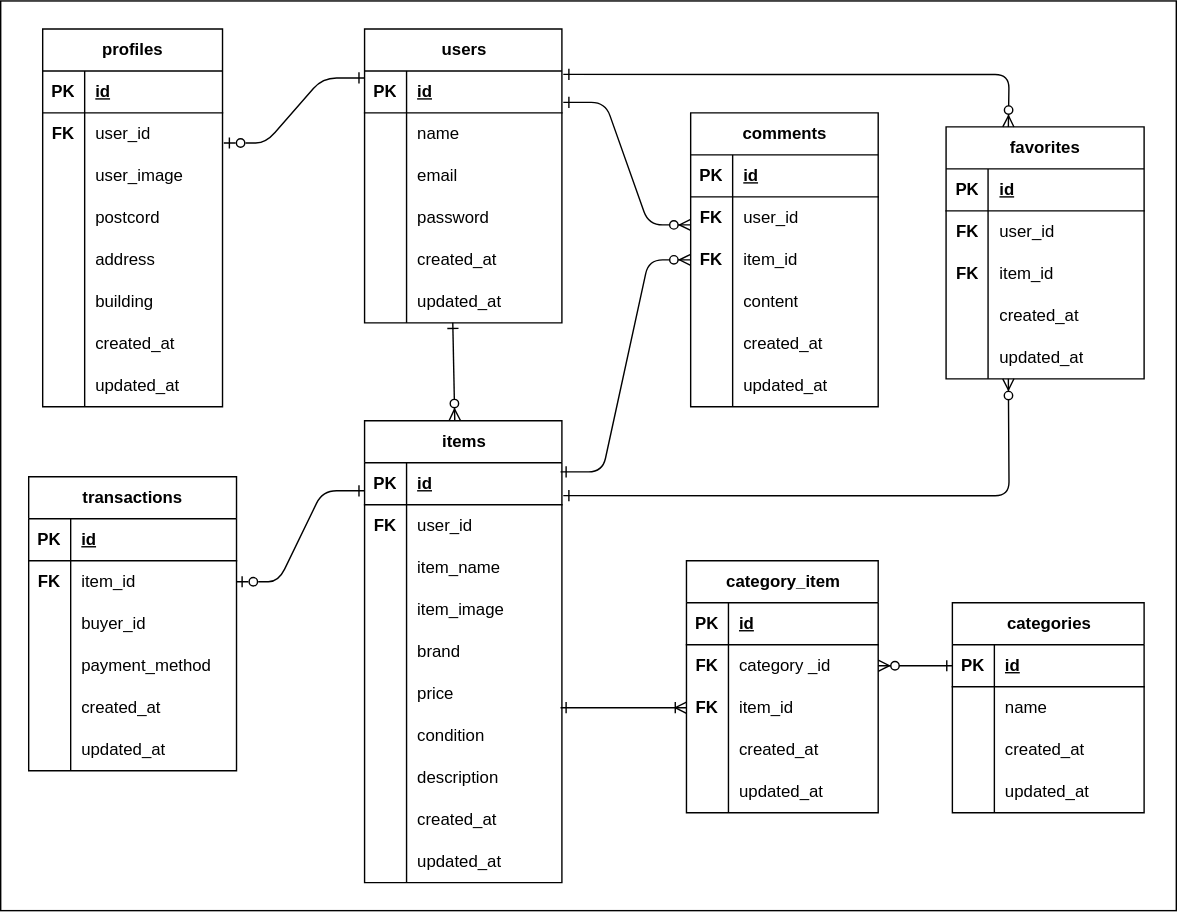
Before: ER.drawio.svg, a diagram exported from draw.io (mutoryoko/FleaMarket). Source tidied: cells renumbered, new cells last; positions are measured from the earlier drawing's top-left corner, leaving out a move shared by most shapes.
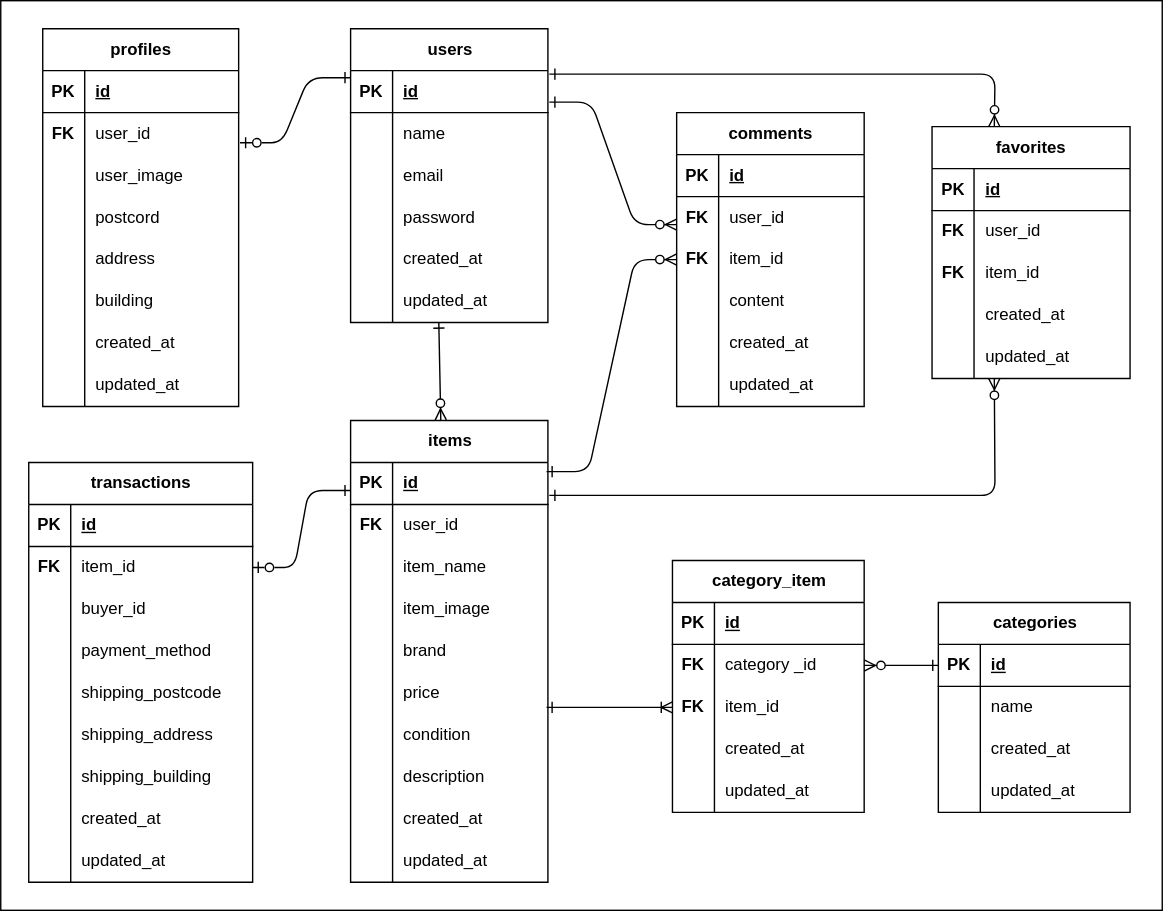
Above is the later version.

What changed in the source:
```diff
@@ -3,7 +3,7 @@
     <mxCell id="0" />
     <mxCell id="1" parent="0" />
     <mxCell id="2" style="rounded=0;whiteSpace=wrap;html=1;" parent="1" vertex="1">
-      <mxGeometry width="840" height="650" as="geometry" />
+      <mxGeometry x="10" width="830" height="650" as="geometry" />
     </mxCell>
     <mxCell id="3" value="category_item" style="shape=table;startSize=30;rowLines=0;fontStyle=1;align=center;html=1;" parent="1" vertex="1">
       <mxGeometry x="490" y="400" width="137" height="180" as="geometry" />
@@ -147,61 +147,88 @@
       <mxGeometry x="30" width="111" height="30" as="geometry" />
     </mxCell>
     <mxCell id="50" value="transactions" style="shape=table;startSize=30;rowLines=0;fontStyle=1;align=center;html=1;" parent="1" vertex="1">
-      <mxGeometry x="20" y="340" width="148.5" height="210" as="geometry" />
+      <mxGeometry x="30" y="330" width="160" height="300" as="geometry" />
     </mxCell>
     <mxCell id="51" style="shape=tableRow;horizontal=0;startSize=0;swimlaneHead=0;swimlaneBody=0;fillColor=none;top=0;left=0;right=0;bottom=1;" parent="50" vertex="1">
-      <mxGeometry y="30" width="148.5" height="30" as="geometry" />
+      <mxGeometry y="30" width="160" height="30" as="geometry" />
     </mxCell>
     <mxCell id="52" value="PK" style="shape=partialRectangle;fillColor=none;top=0;left=0;bottom=0;right=0;fontStyle=1;overflow=hidden;whiteSpace=wrap;html=1;" parent="51" vertex="1">
       <mxGeometry width="30" height="30" as="geometry" />
     </mxCell>
     <mxCell id="53" value="id" style="shape=partialRectangle;fillColor=none;top=0;left=0;bottom=0;right=0;align=left;spacingLeft=6;fontStyle=5;overflow=hidden;whiteSpace=wrap;html=1;" parent="51" vertex="1">
-      <mxGeometry x="30" width="118.5" height="30" as="geometry" />
+      <mxGeometry x="30" width="130" height="30" as="geometry" />
     </mxCell>
     <mxCell id="54" style="shape=tableRow;horizontal=0;startSize=0;swimlaneHead=0;swimlaneBody=0;fillColor=none;points=[[0,0.5],[1,0.5]];portConstraint=eastwest;top=0;left=0;right=0;bottom=0;" parent="50" vertex="1">
-      <mxGeometry y="60" width="148.5" height="30" as="geometry" />
+      <mxGeometry y="60" width="160" height="30" as="geometry" />
     </mxCell>
     <mxCell id="55" value="&lt;b&gt;FK&lt;/b&gt;" style="shape=partialRectangle;fillColor=none;top=0;left=0;bottom=0;right=0;overflow=hidden;whiteSpace=wrap;html=1;" parent="54" vertex="1">
       <mxGeometry width="30" height="30" as="geometry" />
     </mxCell>
     <mxCell id="56" value="item_id" style="shape=partialRectangle;fillColor=none;top=0;left=0;bottom=0;right=0;align=left;spacingLeft=6;overflow=hidden;whiteSpace=wrap;html=1;" parent="54" vertex="1">
-      <mxGeometry x="30" width="118.5" height="30" as="geometry" />
+      <mxGeometry x="30" width="130" height="30" as="geometry" />
     </mxCell>
     <mxCell id="57" style="shape=tableRow;horizontal=0;startSize=0;swimlaneHead=0;swimlaneBody=0;fillColor=none;top=0;left=0;right=0;bottom=0;" parent="50" vertex="1">
-      <mxGeometry y="90" width="148.5" height="30" as="geometry" />
+      <mxGeometry y="90" width="160" height="30" as="geometry" />
     </mxCell>
     <mxCell id="58" style="shape=partialRectangle;fillColor=none;top=0;left=0;bottom=0;right=0;overflow=hidden;whiteSpace=wrap;html=1;" parent="57" vertex="1">
       <mxGeometry width="30" height="30" as="geometry" />
     </mxCell>
     <mxCell id="59" value="buyer_id" style="shape=partialRectangle;fillColor=none;top=0;left=0;bottom=0;right=0;align=left;spacingLeft=6;overflow=hidden;whiteSpace=wrap;html=1;" parent="57" vertex="1">
-      <mxGeometry x="30" width="118.5" height="30" as="geometry" />
+      <mxGeometry x="30" width="130" height="30" as="geometry" />
     </mxCell>
     <mxCell id="60" style="shape=tableRow;horizontal=0;startSize=0;swimlaneHead=0;swimlaneBody=0;fillColor=none;top=0;left=0;right=0;bottom=0;" parent="50" vertex="1">
-      <mxGeometry y="120" width="148.5" height="30" as="geometry" />
+      <mxGeometry y="120" width="160" height="30" as="geometry" />
     </mxCell>
     <mxCell id="61" style="shape=partialRectangle;fillColor=none;top=0;left=0;bottom=0;right=0;overflow=hidden;whiteSpace=wrap;html=1;" parent="60" vertex="1">
       <mxGeometry width="30" height="30" as="geometry" />
     </mxCell>
     <mxCell id="62" value="payment_method" style="shape=partialRectangle;fillColor=none;top=0;left=0;bottom=0;right=0;align=left;spacingLeft=6;overflow=hidden;whiteSpace=wrap;html=1;" parent="60" vertex="1">
-      <mxGeometry x="30" width="118.5" height="30" as="geometry" />
+      <mxGeometry x="30" width="130" height="30" as="geometry" />
     </mxCell>
+    <mxCell id="170" style="shape=tableRow;horizontal=0;startSize=0;swimlaneHead=0;swimlaneBody=0;fillColor=none;top=0;left=0;right=0;bottom=0;" parent="50" vertex="1">
+      <mxGeometry y="150" width="160" height="30" as="geometry" />
+    </mxCell>
+    <mxCell id="171" style="shape=partialRectangle;fillColor=none;top=0;left=0;bottom=0;right=0;overflow=hidden;whiteSpace=wrap;html=1;" parent="170" vertex="1">
+      <mxGeometry width="30" height="30" as="geometry" />
+    </mxCell>
+    <mxCell id="172" value="shipping_postcode" style="shape=partialRectangle;fillColor=none;top=0;left=0;bottom=0;right=0;align=left;spacingLeft=6;overflow=hidden;whiteSpace=wrap;html=1;" parent="170" vertex="1">
+      <mxGeometry x="30" width="130" height="30" as="geometry" />
+    </mxCell>
+    <mxCell id="173" style="shape=tableRow;horizontal=0;startSize=0;swimlaneHead=0;swimlaneBody=0;fillColor=none;top=0;left=0;right=0;bottom=0;" parent="50" vertex="1">
+      <mxGeometry y="180" width="160" height="30" as="geometry" />
+    </mxCell>
+    <mxCell id="174" style="shape=partialRectangle;fillColor=none;top=0;left=0;bottom=0;right=0;overflow=hidden;whiteSpace=wrap;html=1;" parent="173" vertex="1">
+      <mxGeometry width="30" height="30" as="geometry" />
+    </mxCell>
+    <mxCell id="175" value="shipping_address" style="shape=partialRectangle;fillColor=none;top=0;left=0;bottom=0;right=0;align=left;spacingLeft=6;overflow=hidden;whiteSpace=wrap;html=1;" parent="173" vertex="1">
+      <mxGeometry x="30" width="130" height="30" as="geometry" />
+    </mxCell>
+    <mxCell id="176" style="shape=tableRow;horizontal=0;startSize=0;swimlaneHead=0;swimlaneBody=0;fillColor=none;top=0;left=0;right=0;bottom=0;" parent="50" vertex="1">
+      <mxGeometry y="210" width="160" height="30" as="geometry" />
+    </mxCell>
+    <mxCell id="177" style="shape=partialRectangle;fillColor=none;top=0;left=0;bottom=0;right=0;overflow=hidden;whiteSpace=wrap;html=1;" parent="176" vertex="1">
+      <mxGeometry width="30" height="30" as="geometry" />
+    </mxCell>
+    <mxCell id="178" value="shipping_building" style="shape=partialRectangle;fillColor=none;top=0;left=0;bottom=0;right=0;align=left;spacingLeft=6;overflow=hidden;whiteSpace=wrap;html=1;" parent="176" vertex="1">
+      <mxGeometry x="30" width="130" height="30" as="geometry" />
+    </mxCell>
     <mxCell id="63" style="shape=tableRow;horizontal=0;startSize=0;swimlaneHead=0;swimlaneBody=0;fillColor=none;top=0;left=0;right=0;bottom=0;" parent="50" vertex="1">
-      <mxGeometry y="150" width="148.5" height="30" as="geometry" />
+      <mxGeometry y="240" width="160" height="30" as="geometry" />
     </mxCell>
     <mxCell id="64" style="shape=partialRectangle;fillColor=none;top=0;left=0;bottom=0;right=0;overflow=hidden;whiteSpace=wrap;html=1;" parent="63" vertex="1">
       <mxGeometry width="30" height="30" as="geometry" />
     </mxCell>
     <mxCell id="65" value="created_at" style="shape=partialRectangle;fillColor=none;top=0;left=0;bottom=0;right=0;align=left;spacingLeft=6;overflow=hidden;whiteSpace=wrap;html=1;" parent="63" vertex="1">
-      <mxGeometry x="30" width="118.5" height="30" as="geometry" />
+      <mxGeometry x="30" width="130" height="30" as="geometry" />
     </mxCell>
     <mxCell id="66" style="shape=tableRow;horizontal=0;startSize=0;swimlaneHead=0;swimlaneBody=0;fillColor=none;top=0;left=0;right=0;bottom=0;" parent="50" vertex="1">
-      <mxGeometry y="180" width="148.5" height="30" as="geometry" />
+      <mxGeometry y="270" width="160" height="30" as="geometry" />
     </mxCell>
     <mxCell id="67" style="shape=partialRectangle;fillColor=none;top=0;left=0;bottom=0;right=0;overflow=hidden;whiteSpace=wrap;html=1;" parent="66" vertex="1">
       <mxGeometry width="30" height="30" as="geometry" />
     </mxCell>
     <mxCell id="68" value="updated_at" style="shape=partialRectangle;fillColor=none;top=0;left=0;bottom=0;right=0;align=left;spacingLeft=6;overflow=hidden;whiteSpace=wrap;html=1;" parent="66" vertex="1">
-      <mxGeometry x="30" width="118.5" height="30" as="geometry" />
+      <mxGeometry x="30" width="130" height="30" as="geometry" />
     </mxCell>
     <mxCell id="69" value="comments" style="shape=table;startSize=30;rowLines=0;fontStyle=1;align=center;html=1;" parent="1" vertex="1">
       <mxGeometry x="493" y="80" width="134" height="210" as="geometry" />
@@ -261,79 +288,79 @@
       <mxGeometry x="30" width="104" height="30" as="geometry" />
     </mxCell>
     <mxCell id="88" value="profiles" style="shape=table;startSize=30;rowLines=0;fontStyle=1;align=center;html=1;" parent="1" vertex="1">
-      <mxGeometry x="30" y="20" width="128.5" height="270" as="geometry" />
+      <mxGeometry x="40" y="20" width="140" height="270" as="geometry" />
     </mxCell>
     <mxCell id="89" style="shape=tableRow;horizontal=0;startSize=0;swimlaneHead=0;swimlaneBody=0;fillColor=none;top=0;left=0;right=0;bottom=1;" parent="88" vertex="1">
-      <mxGeometry y="30" width="128.5" height="30" as="geometry" />
+      <mxGeometry y="30" width="140" height="30" as="geometry" />
     </mxCell>
     <mxCell id="90" value="PK" style="shape=partialRectangle;fillColor=none;top=0;left=0;bottom=0;right=0;fontStyle=1;overflow=hidden;whiteSpace=wrap;html=1;" parent="89" vertex="1">
       <mxGeometry width="30" height="30" as="geometry" />
     </mxCell>
     <mxCell id="91" value="id" style="shape=partialRectangle;fillColor=none;top=0;left=0;bottom=0;right=0;align=left;spacingLeft=6;fontStyle=5;overflow=hidden;whiteSpace=wrap;html=1;" parent="89" vertex="1">
-      <mxGeometry x="30" width="98.5" height="30" as="geometry" />
+      <mxGeometry x="30" width="110" height="30" as="geometry" />
     </mxCell>
     <mxCell id="92" style="shape=tableRow;horizontal=0;startSize=0;swimlaneHead=0;swimlaneBody=0;fillColor=none;points=[[0,0.5],[1,0.5]];portConstraint=eastwest;top=0;left=0;right=0;bottom=0;" parent="88" vertex="1">
-      <mxGeometry y="60" width="128.5" height="30" as="geometry" />
+      <mxGeometry y="60" width="140" height="30" as="geometry" />
     </mxCell>
     <mxCell id="93" value="&lt;b&gt;FK&lt;/b&gt;" style="shape=partialRectangle;fillColor=none;top=0;left=0;bottom=0;right=0;overflow=hidden;whiteSpace=wrap;html=1;" parent="92" vertex="1">
       <mxGeometry width="30" height="30" as="geometry" />
     </mxCell>
     <mxCell id="94" value="user_id" style="shape=partialRectangle;fillColor=none;top=0;left=0;bottom=0;right=0;align=left;spacingLeft=6;overflow=hidden;whiteSpace=wrap;html=1;" parent="92" vertex="1">
-      <mxGeometry x="30" width="98.5" height="30" as="geometry" />
+      <mxGeometry x="30" width="110" height="30" as="geometry" />
     </mxCell>
     <mxCell id="95" style="shape=tableRow;horizontal=0;startSize=0;swimlaneHead=0;swimlaneBody=0;fillColor=none;top=0;left=0;right=0;bottom=0;" parent="88" vertex="1">
-      <mxGeometry y="90" width="128.5" height="30" as="geometry" />
+      <mxGeometry y="90" width="140" height="30" as="geometry" />
     </mxCell>
     <mxCell id="96" style="shape=partialRectangle;fillColor=none;top=0;left=0;bottom=0;right=0;overflow=hidden;whiteSpace=wrap;html=1;" parent="95" vertex="1">
       <mxGeometry width="30" height="30" as="geometry" />
     </mxCell>
     <mxCell id="97" value="user_image" style="shape=partialRectangle;fillColor=none;top=0;left=0;bottom=0;right=0;align=left;spacingLeft=6;overflow=hidden;whiteSpace=wrap;html=1;" parent="95" vertex="1">
-      <mxGeometry x="30" width="98.5" height="30" as="geometry" />
+      <mxGeometry x="30" width="110" height="30" as="geometry" />
     </mxCell>
     <mxCell id="98" style="shape=tableRow;horizontal=0;startSize=0;swimlaneHead=0;swimlaneBody=0;fillColor=none;top=0;left=0;right=0;bottom=0;" parent="88" vertex="1">
-      <mxGeometry y="120" width="128.5" height="30" as="geometry" />
+      <mxGeometry y="120" width="140" height="30" as="geometry" />
     </mxCell>
     <mxCell id="99" style="shape=partialRectangle;fillColor=none;top=0;left=0;bottom=0;right=0;overflow=hidden;whiteSpace=wrap;html=1;" parent="98" vertex="1">
       <mxGeometry width="30" height="30" as="geometry" />
     </mxCell>
     <mxCell id="100" value="postcord" style="shape=partialRectangle;fillColor=none;top=0;left=0;bottom=0;right=0;align=left;spacingLeft=6;overflow=hidden;whiteSpace=wrap;html=1;" parent="98" vertex="1">
-      <mxGeometry x="30" width="98.5" height="30" as="geometry" />
+      <mxGeometry x="30" width="110" height="30" as="geometry" />
     </mxCell>
     <mxCell id="101" style="shape=tableRow;horizontal=0;startSize=0;swimlaneHead=0;swimlaneBody=0;fillColor=none;top=0;left=0;right=0;bottom=0;" parent="88" vertex="1">
-      <mxGeometry y="150" width="128.5" height="30" as="geometry" />
+      <mxGeometry y="150" width="140" height="30" as="geometry" />
     </mxCell>
     <mxCell id="102" style="shape=partialRectangle;fillColor=none;top=0;left=0;bottom=0;right=0;overflow=hidden;whiteSpace=wrap;html=1;" parent="101" vertex="1">
       <mxGeometry width="30" height="30" as="geometry" />
     </mxCell>
     <mxCell id="103" value="address" style="shape=partialRectangle;fillColor=none;top=0;left=0;bottom=0;right=0;align=left;spacingLeft=6;overflow=hidden;whiteSpace=wrap;html=1;" parent="101" vertex="1">
-      <mxGeometry x="30" width="98.5" height="30" as="geometry" />
+      <mxGeometry x="30" width="110" height="30" as="geometry" />
     </mxCell>
     <mxCell id="104" style="shape=tableRow;horizontal=0;startSize=0;swimlaneHead=0;swimlaneBody=0;fillColor=none;top=0;left=0;right=0;bottom=0;" parent="88" vertex="1">
-      <mxGeometry y="180" width="128.5" height="30" as="geometry" />
+      <mxGeometry y="180" width="140" height="30" as="geometry" />
     </mxCell>
     <mxCell id="105" style="shape=partialRectangle;fillColor=none;top=0;left=0;bottom=0;right=0;overflow=hidden;whiteSpace=wrap;html=1;" parent="104" vertex="1">
       <mxGeometry width="30" height="30" as="geometry" />
     </mxCell>
     <mxCell id="106" value="building" style="shape=partialRectangle;fillColor=none;top=0;left=0;bottom=0;right=0;align=left;spacingLeft=6;overflow=hidden;whiteSpace=wrap;html=1;" parent="104" vertex="1">
-      <mxGeometry x="30" width="98.5" height="30" as="geometry" />
+      <mxGeometry x="30" width="110" height="30" as="geometry" />
     </mxCell>
     <mxCell id="107" style="shape=tableRow;horizontal=0;startSize=0;swimlaneHead=0;swimlaneBody=0;fillColor=none;top=0;left=0;right=0;bottom=0;" parent="88" vertex="1">
-      <mxGeometry y="210" width="128.5" height="30" as="geometry" />
+      <mxGeometry y="210" width="140" height="30" as="geometry" />
     </mxCell>
     <mxCell id="108" style="shape=partialRectangle;fillColor=none;top=0;left=0;bottom=0;right=0;overflow=hidden;whiteSpace=wrap;html=1;" parent="107" vertex="1">
       <mxGeometry width="30" height="30" as="geometry" />
     </mxCell>
     <mxCell id="109" value="created_at" style="shape=partialRectangle;fillColor=none;top=0;left=0;bottom=0;right=0;align=left;spacingLeft=6;overflow=hidden;whiteSpace=wrap;html=1;" parent="107" vertex="1">
-      <mxGeometry x="30" width="98.5" height="30" as="geometry" />
+      <mxGeometry x="30" width="110" height="30" as="geometry" />
     </mxCell>
     <mxCell id="110" style="shape=tableRow;horizontal=0;startSize=0;swimlaneHead=0;swimlaneBody=0;fillColor=none;top=0;left=0;right=0;bottom=0;" parent="88" vertex="1">
-      <mxGeometry y="240" width="128.5" height="30" as="geometry" />
+      <mxGeometry y="240" width="140" height="30" as="geometry" />
     </mxCell>
     <mxCell id="111" style="shape=partialRectangle;fillColor=none;top=0;left=0;bottom=0;right=0;overflow=hidden;whiteSpace=wrap;html=1;" parent="110" vertex="1">
       <mxGeometry width="30" height="30" as="geometry" />
     </mxCell>
     <mxCell id="112" value="updated_at" style="shape=partialRectangle;fillColor=none;top=0;left=0;bottom=0;right=0;align=left;spacingLeft=6;overflow=hidden;whiteSpace=wrap;html=1;" parent="110" vertex="1">
-      <mxGeometry x="30" width="98.5" height="30" as="geometry" />
+      <mxGeometry x="30" width="110" height="30" as="geometry" />
     </mxCell>
     <mxCell id="113" value="categories" style="shape=table;startSize=30;rowLines=0;fontStyle=1;align=center;html=1;" parent="1" vertex="1">
       <mxGeometry x="680" y="430" width="137" height="150" as="geometry" />
```
